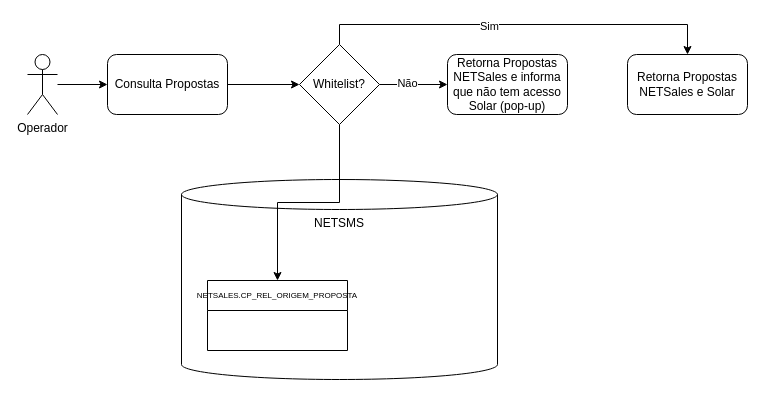
This is Trava Legado x Solar  - whitelist acesso propostas Solar no NETSales.drawio from samirali/ClaroBrasil, a draw.io file, before an edit. Source tidied: cells renumbered, new cells numbered last; positions are measured from the earlier drawing's top-left corner, leaving out a move shared by most shapes. Both pictures are drawn from the tidied source at 100%, with x=0, y=0 at pixel (27, 44).
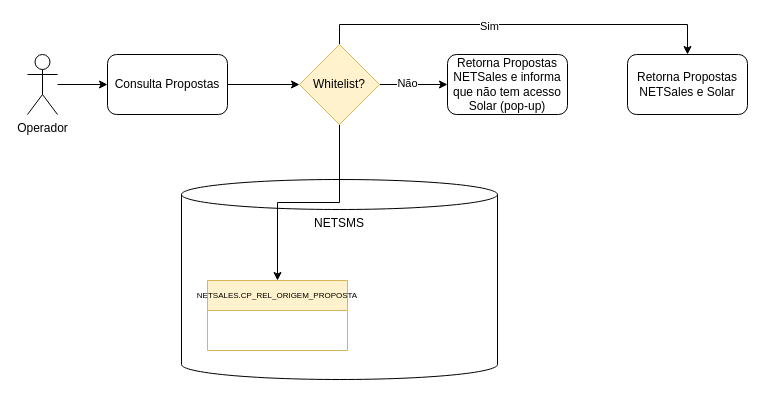
After the change.

The edit, as a diff of the source:
```diff
@@
 <mxGraphModel>
   <root>
     <mxCell id="0" />
     <mxCell id="1" parent="0" />
     <mxCell id="2" value="NETSMS" style="shape=cylinder3;whiteSpace=wrap;html=1;boundedLbl=1;backgroundOutline=1;size=15;verticalAlign=top;" parent="1" vertex="1">
       <mxGeometry x="154" y="135" width="316" height="200" as="geometry" />
     </mxCell>
     <mxCell id="3" style="edgeStyle=orthogonalEdgeStyle;rounded=0;jettySize=auto;html=1;entryX=0;entryY=0.5;entryDx=0;entryDy=0;" parent="1" edge="1" source="4" target="7">
       <mxGeometry relative="1" as="geometry" />
     </mxCell>
     <mxCell id="4" value="Operador" style="shape=umlActor;verticalLabelPosition=bottom;verticalAlign=top;html=1;outlineConnect=0;" parent="1" vertex="1">
       <mxGeometry y="10" width="30" height="60" as="geometry" />
     </mxCell>
     <mxCell id="5" style="edgeStyle=orthogonalEdgeStyle;rounded=0;jettySize=auto;html=1;entryX=0.5;entryY=0;entryDx=0;entryDy=0;startArrow=none;startFill=0;exitX=0.5;exitY=1;exitDx=0;exitDy=0;" parent="1" edge="1" source="14" target="8">
       <mxGeometry relative="1" as="geometry" />
     </mxCell>
     <mxCell id="6" style="edgeStyle=orthogonalEdgeStyle;rounded=0;jettySize=auto;html=1;entryX=0;entryY=0.5;entryDx=0;entryDy=0;" parent="1" edge="1" source="7" target="14">
       <mxGeometry relative="1" as="geometry" />
     </mxCell>
     <mxCell id="7" value="Consulta Propostas" style="rounded=1;whiteSpace=wrap;html=1;" parent="1" vertex="1">
       <mxGeometry x="80" y="10" width="120" height="60" as="geometry" />
     </mxCell>
-    <mxCell id="8" value="&lt;span style=&quot;font-size: 8px; font-family: &amp;quot;Segoe UI Light&amp;quot;;&quot;&gt;NETSALES.CP_REL_ORIGEM_PROPOSTA&lt;/span&gt;" style="swimlane;fontStyle=0;horizontal=1;startSize=30;whiteSpace=wrap;html=1;fontSize=8;" parent="1" vertex="1">
+    <mxCell id="8" value="&lt;span style=&quot;font-size: 8px; font-family: &amp;quot;Segoe UI Light&amp;quot;;&quot;&gt;NETSALES.CP_REL_ORIGEM_PROPOSTA&lt;/span&gt;" style="swimlane;fontStyle=0;horizontal=1;startSize=30;whiteSpace=wrap;html=1;fontSize=8;fillColor=#fff2cc;strokeColor=#d6b656;" parent="1" vertex="1">
       <mxGeometry x="180" y="236" width="140" height="70" as="geometry" />
     </mxCell>
     <mxCell id="9" value="Retorna Propostas NETSales e Solar" style="rounded=1;whiteSpace=wrap;html=1;" parent="1" vertex="1">
       <mxGeometry x="600" y="10" width="120" height="60" as="geometry" />
     </mxCell>
     <mxCell id="10" style="edgeStyle=orthogonalEdgeStyle;rounded=0;jettySize=auto;html=1;entryX=0.5;entryY=0;entryDx=0;entryDy=0;exitX=0.5;exitY=0;exitDx=0;exitDy=0;" parent="1" edge="1" source="14" target="9">
       <mxGeometry relative="1" as="geometry" />
     </mxCell>
     <mxCell id="11" value="Sim" style="edgeLabel;html=1;align=center;verticalAlign=middle;" parent="10" vertex="1">
       <mxGeometry x="-0.15" y="-1" relative="1" as="geometry" />
     </mxCell>
     <mxCell id="12" style="edgeStyle=orthogonalEdgeStyle;rounded=0;jettySize=auto;html=1;entryX=0;entryY=0.5;entryDx=0;entryDy=0;" parent="1" edge="1" source="14" target="15">
       <mxGeometry relative="1" as="geometry" />
     </mxCell>
     <mxCell id="13" value="Não" style="edgeLabel;html=1;align=center;verticalAlign=middle;" parent="12" vertex="1">
       <mxGeometry x="-0.21" y="2" relative="1" as="geometry" />
     </mxCell>
-    <mxCell id="14" value="Whitelist?" style="rhombus;whiteSpace=wrap;html=1;" parent="1" vertex="1">
+    <mxCell id="14" value="Whitelist?" style="rhombus;whiteSpace=wrap;html=1;fillColor=#fff2cc;strokeColor=#d6b656;" parent="1" vertex="1">
       <mxGeometry x="272" width="80" height="80" as="geometry" />
     </mxCell>
     <mxCell id="15" value="Retorna Propostas NETSales e informa que não tem acesso Solar (pop-up)" style="rounded=1;whiteSpace=wrap;html=1;" parent="1" vertex="1">
       <mxGeometry x="420" y="10" width="120" height="60" as="geometry" />
     </mxCell>
   </root>
 </mxGraphModel>
```
